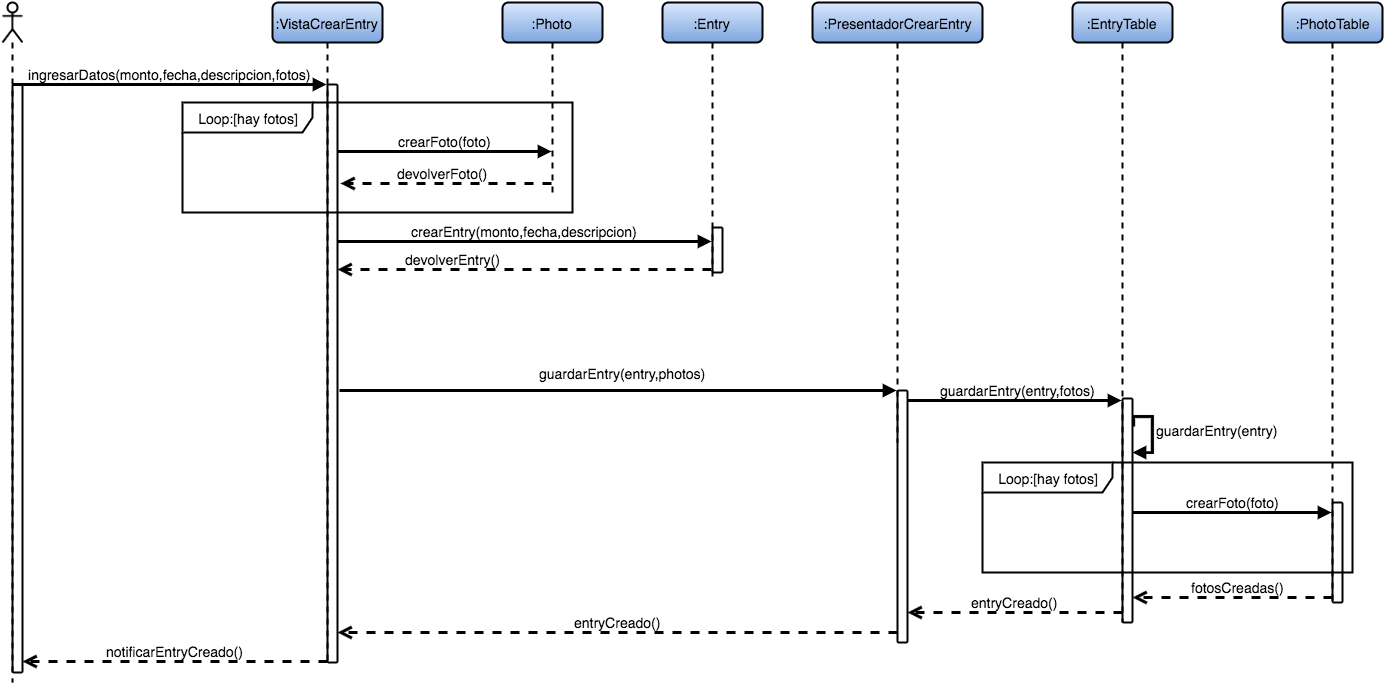
Above: imagenes/secuencia_crear_entry.png in susana1710/libro-pasantia (draw.io), before the change. Source tidied: cells renumbered, new cells last; positions are measured from the earlier drawing's top-left corner, leaving out a move shared by most shapes. Its diagram source:
```xml
<mxGraphModel background="#ffffff">
  <root>
    <mxCell id="0" />
    <mxCell id="1" parent="0" />
    <mxCell id="2" value=":VistaCrearEntry" style="shape=umlLifeline;perimeter=lifelinePerimeter;whiteSpace=wrap;html=1;outlineConnect=0;rounded=1;shadow=0;glass=0;comic=0;strokeWidth=2;fontSize=14;plain-blue;strokeColor=#000000;" parent="1" vertex="1">
      <mxGeometry x="270" width="110" height="660" as="geometry" />
    </mxCell>
    <mxCell id="3" style="html=1;points=[];perimeter=orthogonalPerimeter;rounded=1;shadow=0;glass=0;comic=0;strokeWidth=2;fillColor=none;fontSize=14;" parent="2" vertex="1">
      <mxGeometry x="55" y="82" width="10" height="578" as="geometry" />
    </mxCell>
    <mxCell id="4" style="shape=umlLifeline;participant=umlActor;perimeter=lifelinePerimeter;whiteSpace=wrap;html=1;verticalAlign=top;spacingTop=36;labelBackgroundColor=#ffffff;rounded=1;shadow=0;glass=0;comic=0;strokeWidth=2;fillColor=none;fontSize=14;size=40;" parent="1" vertex="1">
      <mxGeometry width="20" height="680" as="geometry" />
    </mxCell>
    <mxCell id="5" value="ingresarDatos(monto,fecha,descripcion,fotos&lt;span style=&quot;line-height: 1.2&quot;&gt;)&lt;/span&gt;" style="html=1;verticalAlign=bottom;endArrow=block;strokeWidth=3;fontSize=14;" parent="1" edge="1" target="2">
      <mxGeometry relative="1" as="geometry">
        <mxPoint x="10" y="82" as="sourcePoint" />
      </mxGeometry>
    </mxCell>
    <mxCell id="6" value=":Photo" style="shape=umlLifeline;perimeter=lifelinePerimeter;whiteSpace=wrap;html=1;outlineConnect=0;rounded=1;shadow=0;glass=0;comic=0;strokeWidth=2;fontSize=14;plain-blue;strokeColor=#000000;" parent="1" vertex="1">
      <mxGeometry x="500" width="100" height="190" as="geometry" />
    </mxCell>
    <mxCell id="7" value="Loop:[hay fotos]" style="shape=umlFrame;whiteSpace=wrap;html=1;rounded=1;shadow=0;glass=0;comic=0;strokeWidth=2;fillColor=none;fontSize=14;width=130;height=30;" parent="1" vertex="1">
      <mxGeometry x="980" y="460" width="370" height="110" as="geometry" />
    </mxCell>
    <mxCell id="8" value="crearFoto(foto)" style="html=1;verticalAlign=bottom;endArrow=block;strokeWidth=3;fontSize=14;" parent="1" edge="1" target="6">
      <mxGeometry relative="1" as="geometry">
        <mxPoint x="335" y="149" as="sourcePoint" />
      </mxGeometry>
    </mxCell>
    <mxCell id="9" value="devolverFoto()" style="html=1;verticalAlign=bottom;endArrow=open;dashed=1;endSize=8;strokeWidth=3;fontSize=14;" parent="1" edge="1">
      <mxGeometry x="0.03" relative="1" as="geometry">
        <mxPoint x="549" y="181" as="sourcePoint" />
        <mxPoint x="338" y="181" as="targetPoint" />
        <Array as="points">
          <mxPoint x="480" y="181" />
        </Array>
      </mxGeometry>
    </mxCell>
    <mxCell id="10" value=":Entry" style="shape=umlLifeline;perimeter=lifelinePerimeter;whiteSpace=wrap;html=1;rounded=1;shadow=0;glass=0;comic=0;strokeWidth=2;fontSize=14;plain-blue;strokeColor=#000000;" parent="1" vertex="1">
      <mxGeometry x="660" width="100" height="280" as="geometry" />
    </mxCell>
    <mxCell id="11" style="html=1;perimeter=orthogonalPerimeter;rounded=1;shadow=0;glass=0;comic=0;strokeWidth=2;fillColor=none;fontSize=14;" parent="10" vertex="1">
      <mxGeometry x="50" y="225" width="10" height="45" as="geometry" />
    </mxCell>
    <mxCell id="12" value="crearEntry(monto,fecha,descripcion)" style="html=1;verticalAlign=bottom;endArrow=block;strokeWidth=3;fontSize=14;" parent="1" edge="1">
      <mxGeometry relative="1" as="geometry">
        <mxPoint x="335" y="239" as="sourcePoint" />
        <mxPoint x="709" y="239" as="targetPoint" />
      </mxGeometry>
    </mxCell>
    <mxCell id="13" value="devolverEntry()" style="html=1;verticalAlign=bottom;endArrow=open;dashed=1;endSize=8;strokeWidth=3;fontSize=14;entryX=1;entryY=0.636;entryPerimeter=0;" parent="1" edge="1">
      <mxGeometry x="0.39" relative="1" as="geometry">
        <mxPoint x="709" y="267" as="sourcePoint" />
        <mxPoint x="335" y="267" as="targetPoint" />
      </mxGeometry>
    </mxCell>
    <mxCell id="14" value=":PresentadorCrearEntry" style="shape=umlLifeline;perimeter=lifelinePerimeter;whiteSpace=wrap;html=1;rounded=1;shadow=0;glass=0;comic=0;strokeWidth=2;fontSize=14;plain-blue;strokeColor=#000000;" parent="1" vertex="1">
      <mxGeometry x="810" width="170" height="440" as="geometry" />
    </mxCell>
    <mxCell id="15" value="guardarEntry(entry,photos)" style="html=1;verticalAlign=bottom;endArrow=block;strokeWidth=3;fontSize=14;exitX=1.2;exitY=0.829;exitPerimeter=0;" parent="1" edge="1">
      <mxGeometry x="0.02" y="7" relative="1" as="geometry">
        <mxPoint x="337" y="388" as="sourcePoint" />
        <mxPoint x="894" y="388" as="targetPoint" />
      </mxGeometry>
    </mxCell>
    <mxCell id="16" value=":EntryTable" style="shape=umlLifeline;perimeter=lifelinePerimeter;whiteSpace=wrap;html=1;outlineConnect=0;rounded=1;shadow=0;glass=0;comic=0;strokeWidth=2;fontSize=14;plain-blue;strokeColor=#000000;" parent="1" vertex="1">
      <mxGeometry x="1070" width="100" height="620" as="geometry" />
    </mxCell>
    <mxCell id="17" style="html=1;points=[];perimeter=orthogonalPerimeter;rounded=1;shadow=0;glass=0;comic=0;strokeWidth=2;fillColor=none;fontSize=14;" parent="16" vertex="1">
      <mxGeometry x="50" y="396" width="10" height="224" as="geometry" />
    </mxCell>
    <mxCell id="18" value="guardarEntry(entry)" style="edgeStyle=orthogonalEdgeStyle;html=1;align=left;spacingLeft=2;endArrow=block;rounded=0;strokeWidth=3;fontSize=14;exitX=1.1;exitY=0.125;exitPerimeter=0;" parent="16" edge="1" source="17">
      <mxGeometry relative="1" as="geometry">
        <mxPoint x="60" y="450" as="targetPoint" />
        <Array as="points">
          <mxPoint x="80" y="414" />
          <mxPoint x="80" y="450" />
        </Array>
      </mxGeometry>
    </mxCell>
    <mxCell id="19" value=":PhotoTable" style="shape=umlLifeline;perimeter=lifelinePerimeter;whiteSpace=wrap;html=1;outlineConnect=0;rounded=1;shadow=0;glass=0;comic=0;strokeWidth=2;fontSize=14;plain-blue;strokeColor=#000000;" parent="1" vertex="1">
      <mxGeometry x="1280" width="100" height="600" as="geometry" />
    </mxCell>
    <mxCell id="20" style="html=1;points=[];perimeter=orthogonalPerimeter;rounded=1;shadow=0;glass=0;comic=0;strokeWidth=2;fillColor=none;fontSize=14;" parent="1" vertex="1">
      <mxGeometry x="895" y="388" width="10" height="252" as="geometry" />
    </mxCell>
    <mxCell id="21" value="guardarEntry(entry,fotos)" style="html=1;verticalAlign=bottom;endArrow=block;strokeWidth=3;fontSize=14;exitX=1.2;exitY=0.829;exitPerimeter=0;" parent="1" edge="1" target="16">
      <mxGeometry as="geometry">
        <mxPoint x="905" y="398" as="sourcePoint" />
        <mxPoint x="3" as="offset" />
      </mxGeometry>
    </mxCell>
    <mxCell id="22" value="Loop:[hay fotos]" style="shape=umlFrame;whiteSpace=wrap;html=1;rounded=1;shadow=0;glass=0;comic=0;strokeWidth=2;fillColor=none;fontSize=14;width=130;height=30;" parent="1" vertex="1">
      <mxGeometry x="180" y="100" width="390" height="110" as="geometry" />
    </mxCell>
    <mxCell id="23" value="crearFoto(foto)" style="html=1;verticalAlign=bottom;endArrow=block;strokeWidth=3;fontSize=14;" parent="1" edge="1" target="19">
      <mxGeometry x="0.01" relative="1" as="geometry">
        <mxPoint x="1130" y="510" as="sourcePoint" />
      </mxGeometry>
    </mxCell>
    <mxCell id="24" style="html=1;perimeter=orthogonalPerimeter;rounded=1;shadow=0;glass=0;comic=0;strokeWidth=2;fillColor=none;fontSize=14;" parent="1" vertex="1">
      <mxGeometry x="1330" y="500" width="10" height="100" as="geometry" />
    </mxCell>
    <mxCell id="25" value="fotosCreadas()" style="html=1;verticalAlign=bottom;endArrow=open;dashed=1;endSize=8;strokeWidth=3;fontSize=14;" parent="1" edge="1">
      <mxGeometry x="-0.05" relative="1" as="geometry">
        <mxPoint x="1330" y="595" as="sourcePoint" />
        <mxPoint x="1130" y="595" as="targetPoint" />
      </mxGeometry>
    </mxCell>
    <mxCell id="26" value="entryCreado()" style="html=1;verticalAlign=bottom;endArrow=open;dashed=1;endSize=8;strokeWidth=3;fontSize=14;" parent="1" edge="1" target="20">
      <mxGeometry relative="1" as="geometry">
        <mxPoint x="1120" y="610" as="sourcePoint" />
      </mxGeometry>
    </mxCell>
    <mxCell id="27" value="entryCreado()" style="html=1;verticalAlign=bottom;endArrow=open;dashed=1;endSize=8;strokeWidth=3;fontSize=14;" parent="1" edge="1" target="3">
      <mxGeometry relative="1" as="geometry">
        <mxPoint x="895" y="630" as="sourcePoint" />
      </mxGeometry>
    </mxCell>
    <mxCell id="28" style="html=1;perimeter=orthogonalPerimeter;rounded=1;shadow=0;glass=0;comic=0;strokeWidth=2;fillColor=none;fontSize=14;" parent="1" vertex="1">
      <mxGeometry x="10" y="82" width="10" height="588" as="geometry" />
    </mxCell>
    <mxCell id="29" value="notificarEntryCreado()" style="html=1;verticalAlign=bottom;endArrow=open;dashed=1;endSize=8;strokeWidth=3;fontSize=14;" parent="1" edge="1">
      <mxGeometry relative="1" as="geometry">
        <mxPoint x="325" y="659" as="sourcePoint" />
        <mxPoint x="20" y="659" as="targetPoint" />
      </mxGeometry>
    </mxCell>
  </root>
</mxGraphModel>
```
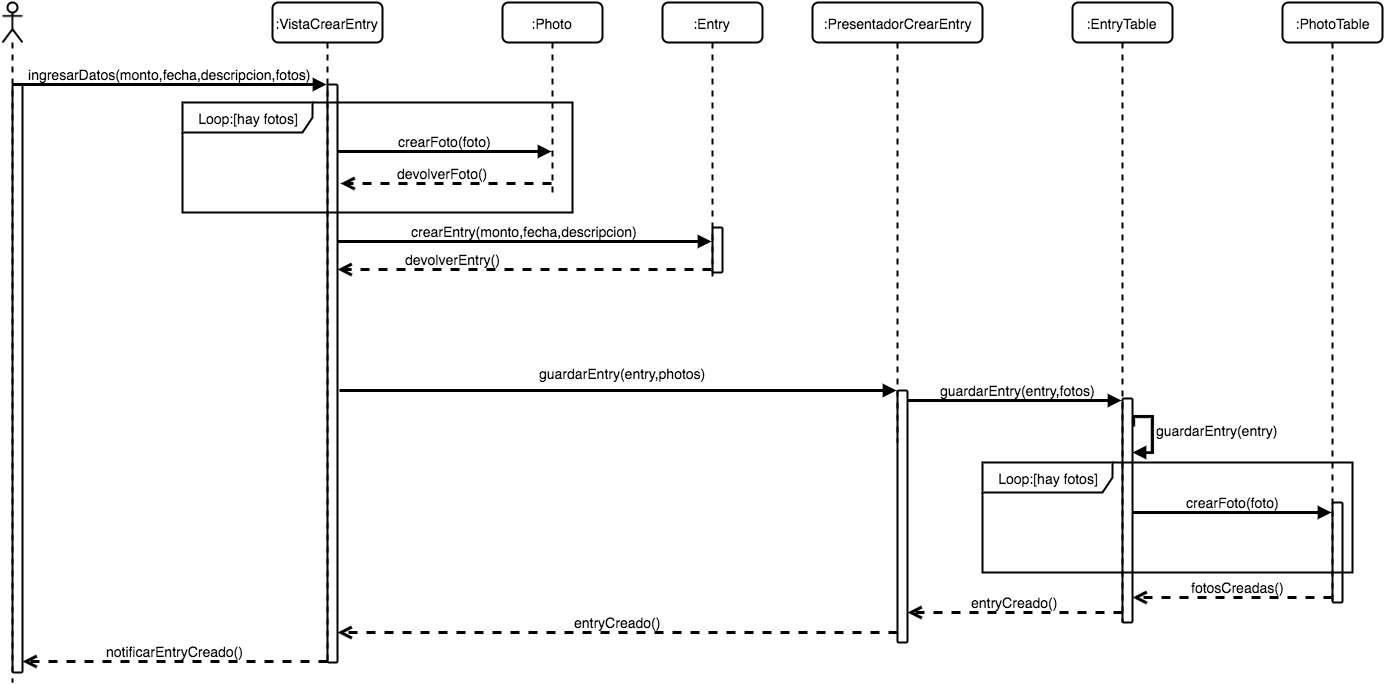
Above is the later version.

The edit, as a diff of the source:
```diff
@@ -2,7 +2,7 @@
   <root>
     <mxCell id="0" />
     <mxCell id="1" parent="0" />
-    <mxCell id="2" value=":VistaCrearEntry" style="shape=umlLifeline;perimeter=lifelinePerimeter;whiteSpace=wrap;html=1;outlineConnect=0;rounded=1;shadow=0;glass=0;comic=0;strokeWidth=2;fontSize=14;plain-blue;strokeColor=#000000;" parent="1" vertex="1">
+    <mxCell id="2" value=":VistaCrearEntry" style="shape=umlLifeline;perimeter=lifelinePerimeter;whiteSpace=wrap;html=1;outlineConnect=0;rounded=1;shadow=0;glass=0;comic=0;strokeWidth=2;fillColor=none;fontSize=14;" parent="1" vertex="1">
       <mxGeometry x="270" width="110" height="660" as="geometry" />
     </mxCell>
     <mxCell id="3" style="html=1;points=[];perimeter=orthogonalPerimeter;rounded=1;shadow=0;glass=0;comic=0;strokeWidth=2;fillColor=none;fontSize=14;" parent="2" vertex="1">
@@ -16,7 +16,7 @@
         <mxPoint x="10" y="82" as="sourcePoint" />
       </mxGeometry>
     </mxCell>
-    <mxCell id="6" value=":Photo" style="shape=umlLifeline;perimeter=lifelinePerimeter;whiteSpace=wrap;html=1;outlineConnect=0;rounded=1;shadow=0;glass=0;comic=0;strokeWidth=2;fontSize=14;plain-blue;strokeColor=#000000;" parent="1" vertex="1">
+    <mxCell id="6" value=":Photo" style="shape=umlLifeline;perimeter=lifelinePerimeter;whiteSpace=wrap;html=1;outlineConnect=0;rounded=1;shadow=0;glass=0;comic=0;strokeWidth=2;fillColor=none;fontSize=14;" parent="1" vertex="1">
       <mxGeometry x="500" width="100" height="190" as="geometry" />
     </mxCell>
     <mxCell id="7" value="Loop:[hay fotos]" style="shape=umlFrame;whiteSpace=wrap;html=1;rounded=1;shadow=0;glass=0;comic=0;strokeWidth=2;fillColor=none;fontSize=14;width=130;height=30;" parent="1" vertex="1">
@@ -36,7 +36,7 @@
         </Array>
       </mxGeometry>
     </mxCell>
-    <mxCell id="10" value=":Entry" style="shape=umlLifeline;perimeter=lifelinePerimeter;whiteSpace=wrap;html=1;rounded=1;shadow=0;glass=0;comic=0;strokeWidth=2;fontSize=14;plain-blue;strokeColor=#000000;" parent="1" vertex="1">
+    <mxCell id="10" value=":Entry" style="shape=umlLifeline;perimeter=lifelinePerimeter;whiteSpace=wrap;html=1;rounded=1;shadow=0;glass=0;comic=0;strokeWidth=2;fillColor=none;fontSize=14;" parent="1" vertex="1">
       <mxGeometry x="660" width="100" height="280" as="geometry" />
     </mxCell>
     <mxCell id="11" style="html=1;perimeter=orthogonalPerimeter;rounded=1;shadow=0;glass=0;comic=0;strokeWidth=2;fillColor=none;fontSize=14;" parent="10" vertex="1">
@@ -54,7 +54,7 @@
         <mxPoint x="335" y="267" as="targetPoint" />
       </mxGeometry>
     </mxCell>
-    <mxCell id="14" value=":PresentadorCrearEntry" style="shape=umlLifeline;perimeter=lifelinePerimeter;whiteSpace=wrap;html=1;rounded=1;shadow=0;glass=0;comic=0;strokeWidth=2;fontSize=14;plain-blue;strokeColor=#000000;" parent="1" vertex="1">
+    <mxCell id="14" value=":PresentadorCrearEntry" style="shape=umlLifeline;perimeter=lifelinePerimeter;whiteSpace=wrap;html=1;rounded=1;shadow=0;glass=0;comic=0;strokeWidth=2;fillColor=none;fontSize=14;" parent="1" vertex="1">
       <mxGeometry x="810" width="170" height="440" as="geometry" />
     </mxCell>
     <mxCell id="15" value="guardarEntry(entry,photos)" style="html=1;verticalAlign=bottom;endArrow=block;strokeWidth=3;fontSize=14;exitX=1.2;exitY=0.829;exitPerimeter=0;" parent="1" edge="1">
@@ -63,7 +63,7 @@
         <mxPoint x="894" y="388" as="targetPoint" />
       </mxGeometry>
     </mxCell>
-    <mxCell id="16" value=":EntryTable" style="shape=umlLifeline;perimeter=lifelinePerimeter;whiteSpace=wrap;html=1;outlineConnect=0;rounded=1;shadow=0;glass=0;comic=0;strokeWidth=2;fontSize=14;plain-blue;strokeColor=#000000;" parent="1" vertex="1">
+    <mxCell id="16" value=":EntryTable" style="shape=umlLifeline;perimeter=lifelinePerimeter;whiteSpace=wrap;html=1;outlineConnect=0;rounded=1;shadow=0;glass=0;comic=0;strokeWidth=2;fillColor=none;fontSize=14;" parent="1" vertex="1">
       <mxGeometry x="1070" width="100" height="620" as="geometry" />
     </mxCell>
     <mxCell id="17" style="html=1;points=[];perimeter=orthogonalPerimeter;rounded=1;shadow=0;glass=0;comic=0;strokeWidth=2;fillColor=none;fontSize=14;" parent="16" vertex="1">
@@ -78,7 +78,7 @@
         </Array>
       </mxGeometry>
     </mxCell>
-    <mxCell id="19" value=":PhotoTable" style="shape=umlLifeline;perimeter=lifelinePerimeter;whiteSpace=wrap;html=1;outlineConnect=0;rounded=1;shadow=0;glass=0;comic=0;strokeWidth=2;fontSize=14;plain-blue;strokeColor=#000000;" parent="1" vertex="1">
+    <mxCell id="19" value=":PhotoTable" style="shape=umlLifeline;perimeter=lifelinePerimeter;whiteSpace=wrap;html=1;outlineConnect=0;rounded=1;shadow=0;glass=0;comic=0;strokeWidth=2;fillColor=none;fontSize=14;" parent="1" vertex="1">
       <mxGeometry x="1280" width="100" height="600" as="geometry" />
     </mxCell>
     <mxCell id="20" style="html=1;points=[];perimeter=orthogonalPerimeter;rounded=1;shadow=0;glass=0;comic=0;strokeWidth=2;fillColor=none;fontSize=14;" parent="1" vertex="1">
```
